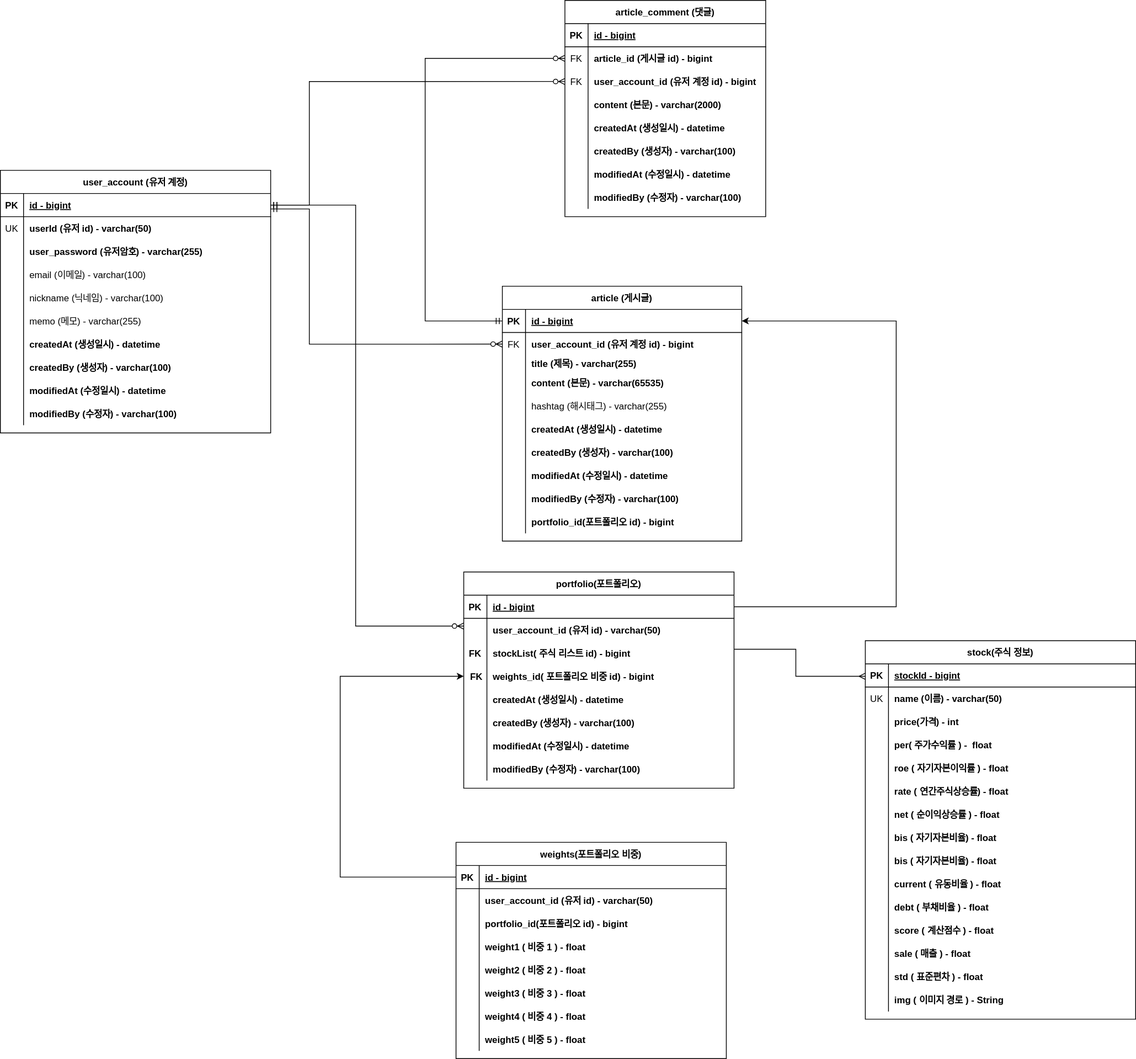
Earlier version of the draw.io export document/jupoza-erd.svg (TeamJupoza/Jupoza). Source tidied: cells renumbered, new cells last; positions are measured from the earlier drawing's top-left corner, leaving out a move shared by most shapes.
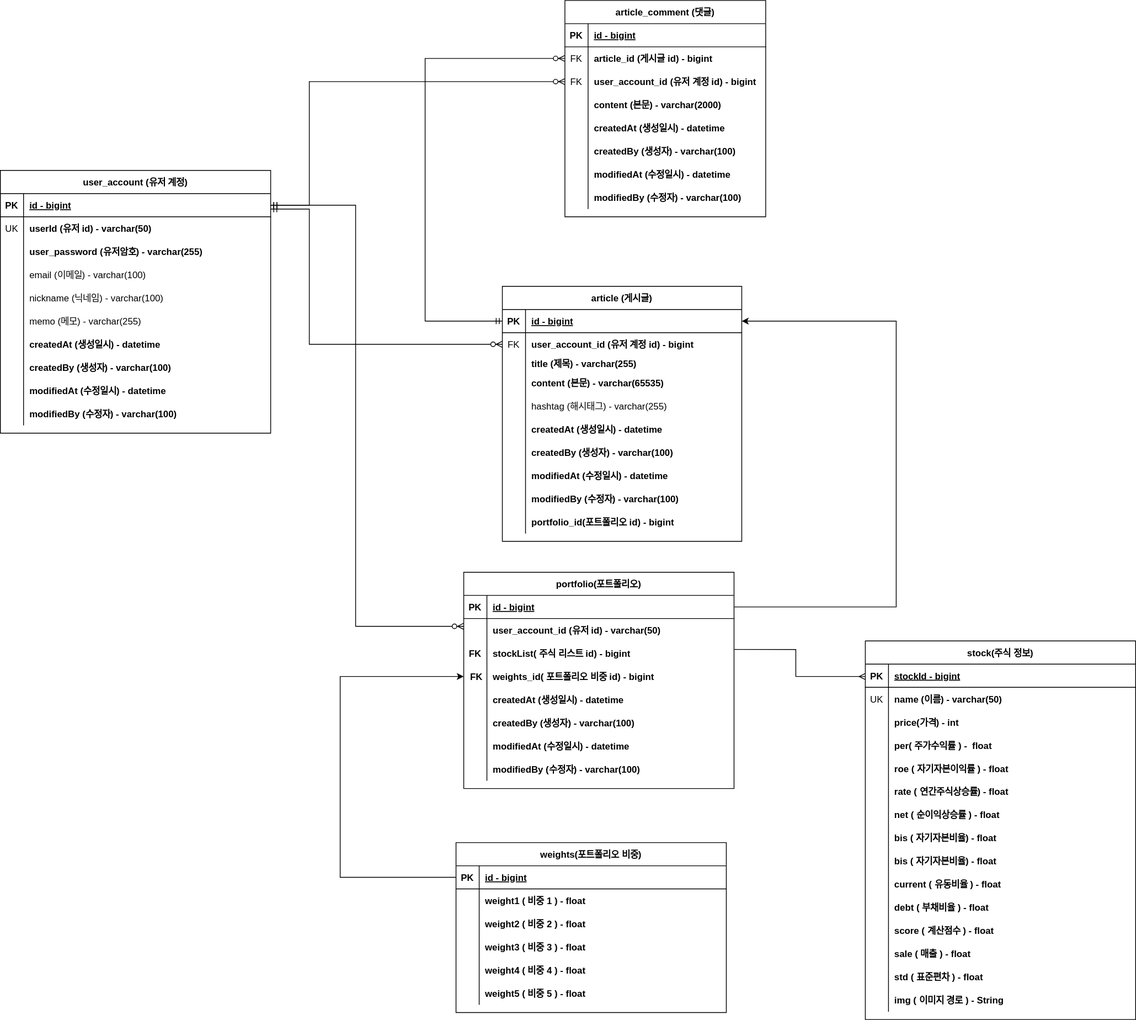
After the change.

What changed in the source:
```diff
@@ -530,7 +530,7 @@
       </mxGeometry>
     </mxCell>
     <mxCell id="166" value="weights(포트폴리오 비중)" style="shape=table;startSize=30;rowLines=0;fontStyle=1;align=center;" parent="1" vertex="1">
-      <mxGeometry x="590" y="1090" width="350" height="280" as="geometry" />
+      <mxGeometry x="590" y="1090" width="350" height="220" as="geometry" />
     </mxCell>
     <mxCell id="167" style="shape=tableRow;horizontal=0;startSize=0;swimlaneHead=0;swimlaneBody=0;fillColor=none;points=[[0,0.5],[1,0.5]];portConstraint=eastwest;top=0;left=0;right=0;bottom=1;" parent="166" vertex="1">
       <mxGeometry y="30" width="350" height="30" as="geometry" />
@@ -541,26 +541,8 @@
     <mxCell id="169" value="id - bigint" style="shape=partialRectangle;fillColor=none;top=0;left=0;bottom=0;right=0;align=left;spacingLeft=6;fontStyle=5;overflow=hidden;" parent="167" vertex="1">
       <mxGeometry x="30" width="320" height="30" as="geometry" />
     </mxCell>
-    <mxCell id="170" style="shape=tableRow;horizontal=0;startSize=0;swimlaneHead=0;swimlaneBody=0;fillColor=none;top=0;left=0;right=0;bottom=0;" parent="166" vertex="1">
-      <mxGeometry y="60" width="350" height="30" as="geometry" />
-    </mxCell>
-    <mxCell id="171" style="shape=partialRectangle;fillColor=none;top=0;left=0;bottom=0;right=0;overflow=hidden;" parent="170" vertex="1">
-      <mxGeometry width="30" height="30" as="geometry" />
-    </mxCell>
-    <mxCell id="172" value="user_account_id (유저 id) - varchar(50)" style="shape=partialRectangle;fillColor=none;top=0;left=0;bottom=0;right=0;align=left;spacingLeft=6;overflow=hidden;fontStyle=1;" parent="170" vertex="1">
-      <mxGeometry x="30" width="320" height="30" as="geometry" />
-    </mxCell>
-    <mxCell id="173" style="shape=tableRow;horizontal=0;startSize=0;swimlaneHead=0;swimlaneBody=0;fillColor=none;top=0;left=0;right=0;bottom=0;" parent="166" vertex="1">
-      <mxGeometry y="90" width="350" height="30" as="geometry" />
-    </mxCell>
-    <mxCell id="174" style="shape=partialRectangle;fillColor=none;top=0;left=0;bottom=0;right=0;overflow=hidden;" parent="173" vertex="1">
-      <mxGeometry width="30" height="30" as="geometry" />
-    </mxCell>
-    <mxCell id="175" value="portfolio_id(포트폴리오 id) - bigint" style="shape=partialRectangle;fillColor=none;top=0;left=0;bottom=0;right=0;align=left;spacingLeft=6;overflow=hidden;fontStyle=1;" parent="173" vertex="1">
-      <mxGeometry x="30" width="320" height="30" as="geometry" />
-    </mxCell>
     <mxCell id="176" style="shape=tableRow;horizontal=0;startSize=0;swimlaneHead=0;swimlaneBody=0;fillColor=none;top=0;left=0;right=0;bottom=0;" parent="166" vertex="1">
-      <mxGeometry y="120" width="350" height="30" as="geometry" />
+      <mxGeometry y="60" width="350" height="30" as="geometry" />
     </mxCell>
     <mxCell id="177" style="shape=partialRectangle;fillColor=none;top=0;left=0;bottom=0;right=0;overflow=hidden;fontStyle=1;" parent="176" vertex="1">
       <mxGeometry width="30" height="30" as="geometry" />
@@ -569,7 +551,7 @@
       <mxGeometry x="30" width="320" height="30" as="geometry" />
     </mxCell>
     <mxCell id="179" style="shape=tableRow;horizontal=0;startSize=0;swimlaneHead=0;swimlaneBody=0;fillColor=none;top=0;left=0;right=0;bottom=0;" parent="166" vertex="1">
-      <mxGeometry y="150" width="350" height="30" as="geometry" />
+      <mxGeometry y="90" width="350" height="30" as="geometry" />
     </mxCell>
     <mxCell id="180" style="shape=partialRectangle;fillColor=none;top=0;left=0;bottom=0;right=0;overflow=hidden;" parent="179" vertex="1">
       <mxGeometry width="30" height="30" as="geometry" />
@@ -578,7 +560,7 @@
       <mxGeometry x="30" width="320" height="30" as="geometry" />
     </mxCell>
     <mxCell id="182" style="shape=tableRow;horizontal=0;startSize=0;swimlaneHead=0;swimlaneBody=0;fillColor=none;top=0;left=0;right=0;bottom=0;" parent="166" vertex="1">
-      <mxGeometry y="180" width="350" height="30" as="geometry" />
+      <mxGeometry y="120" width="350" height="30" as="geometry" />
     </mxCell>
     <mxCell id="183" style="shape=partialRectangle;fillColor=none;top=0;left=0;bottom=0;right=0;overflow=hidden;" parent="182" vertex="1">
       <mxGeometry width="30" height="30" as="geometry" />
@@ -587,7 +569,7 @@
       <mxGeometry x="30" width="320" height="30" as="geometry" />
     </mxCell>
     <mxCell id="185" style="shape=tableRow;horizontal=0;startSize=0;swimlaneHead=0;swimlaneBody=0;fillColor=none;top=0;left=0;right=0;bottom=0;" parent="166" vertex="1">
-      <mxGeometry y="210" width="350" height="30" as="geometry" />
+      <mxGeometry y="150" width="350" height="30" as="geometry" />
     </mxCell>
     <mxCell id="186" style="shape=partialRectangle;fillColor=none;top=0;left=0;bottom=0;right=0;overflow=hidden;" parent="185" vertex="1">
       <mxGeometry width="30" height="30" as="geometry" />
@@ -596,7 +578,7 @@
       <mxGeometry x="30" width="320" height="30" as="geometry" />
     </mxCell>
     <mxCell id="188" style="shape=tableRow;horizontal=0;startSize=0;swimlaneHead=0;swimlaneBody=0;fillColor=none;top=0;left=0;right=0;bottom=0;" parent="166" vertex="1">
-      <mxGeometry y="240" width="350" height="30" as="geometry" />
+      <mxGeometry y="180" width="350" height="30" as="geometry" />
     </mxCell>
     <mxCell id="189" style="shape=partialRectangle;fillColor=none;top=0;left=0;bottom=0;right=0;overflow=hidden;" parent="188" vertex="1">
       <mxGeometry width="30" height="30" as="geometry" />
```
